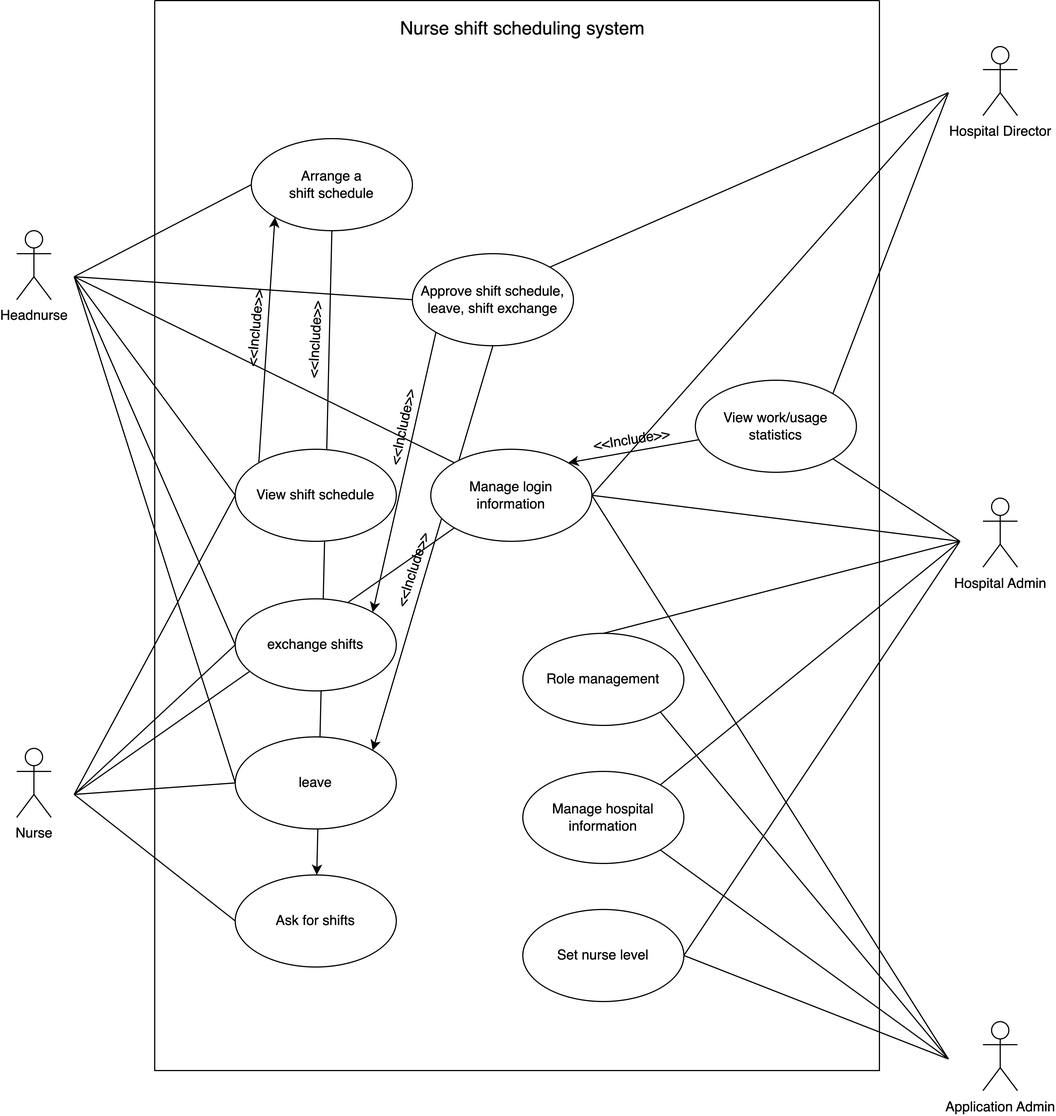
This is UseCase.png from Sirawittop/Final-Project-Doc, a draw.io export, as it was before one commit. Source tidied: cells renumbered, new cells last; positions are measured from the earlier drawing's top-left corner, leaving out a move shared by most shapes.
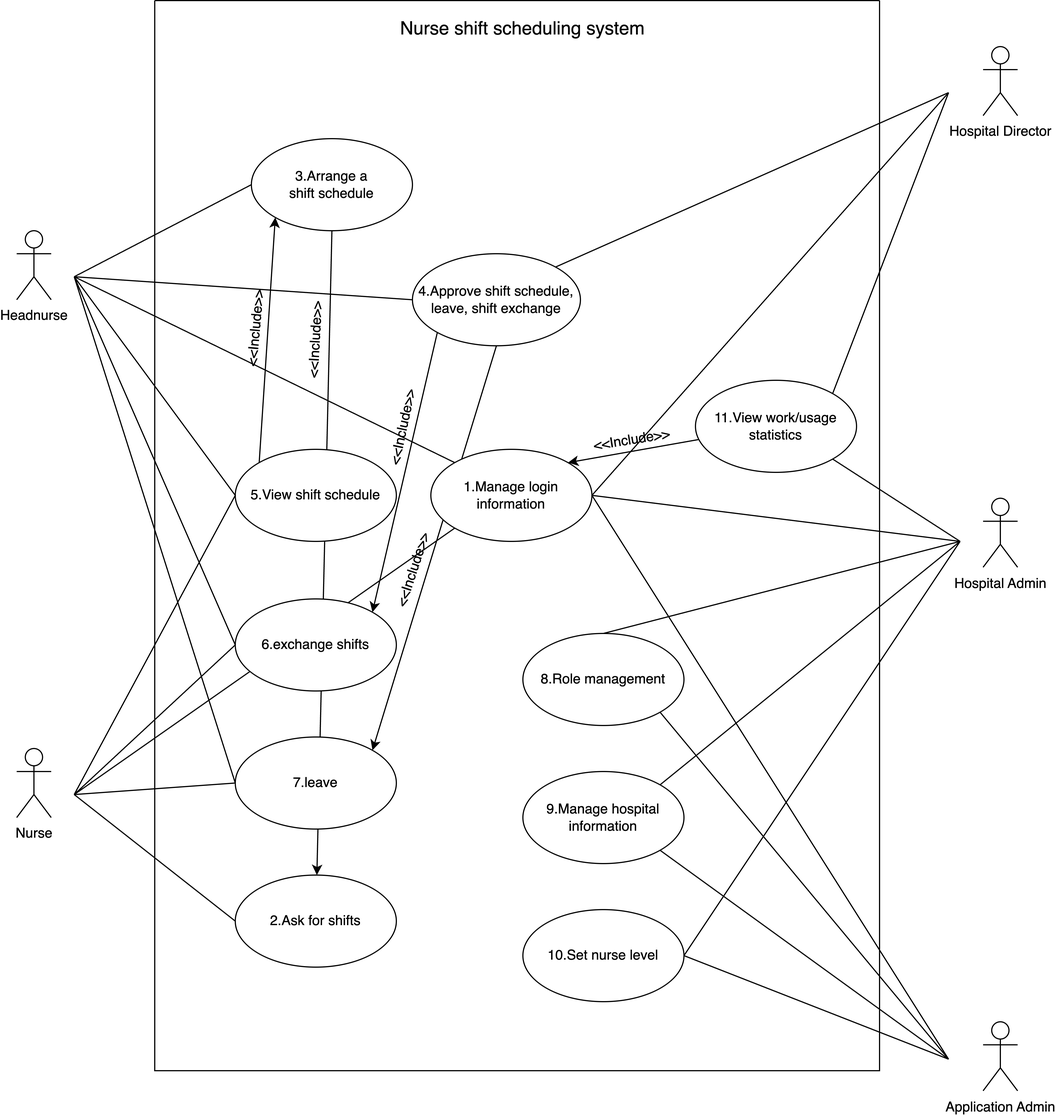
Later version of the same file.

The edit, as a diff of the source:
```diff
@@ -39,37 +39,37 @@
     <mxCell id="12" style="rounded=0;jettySize=auto;html=1;exitX=1;exitY=0;exitDx=0;exitDy=0;endArrow=none;endFill=0;startArrow=classic;startFill=1;" parent="1" edge="1" source="13" target="15">
       <mxGeometry relative="1" as="geometry" />
     </mxCell>
-    <mxCell id="13" value="Manage login &lt;br&gt;information" style="ellipse;whiteSpace=wrap;html=1;" parent="1" vertex="1">
+    <mxCell id="13" value="1.Manage login &lt;br&gt;information" style="ellipse;whiteSpace=wrap;html=1;" parent="1" vertex="1">
       <mxGeometry x="360" y="390" width="140" height="80" as="geometry" />
     </mxCell>
-    <mxCell id="14" value="Manage hospital information" style="ellipse;whiteSpace=wrap;html=1;" parent="1" vertex="1">
+    <mxCell id="14" value="9.Manage hospital information" style="ellipse;whiteSpace=wrap;html=1;" parent="1" vertex="1">
       <mxGeometry x="440" y="670" width="140" height="80" as="geometry" />
     </mxCell>
-    <mxCell id="15" value="View work/usage statistics" style="ellipse;whiteSpace=wrap;html=1;" parent="1" vertex="1">
+    <mxCell id="15" value="11.View work/usage statistics" style="ellipse;whiteSpace=wrap;html=1;" parent="1" vertex="1">
       <mxGeometry x="590" y="330" width="140" height="80" as="geometry" />
     </mxCell>
-    <mxCell id="16" value="Role management" style="ellipse;whiteSpace=wrap;html=1;" parent="1" vertex="1">
+    <mxCell id="16" value="8.Role management" style="ellipse;whiteSpace=wrap;html=1;" parent="1" vertex="1">
       <mxGeometry x="440" y="550" width="140" height="80" as="geometry" />
     </mxCell>
-    <mxCell id="17" value="Set nurse level" style="ellipse;whiteSpace=wrap;html=1;" parent="1" vertex="1">
+    <mxCell id="17" value="10.Set nurse level" style="ellipse;whiteSpace=wrap;html=1;" parent="1" vertex="1">
       <mxGeometry x="440" y="790" width="140" height="80" as="geometry" />
     </mxCell>
-    <mxCell id="18" value="Approve shift schedule, leave, shift exchange" style="ellipse;whiteSpace=wrap;html=1;" parent="1" vertex="1">
-      <mxGeometry x="344" y="220" width="140" height="80" as="geometry" />
+    <mxCell id="18" value="4.Approve shift schedule, leave, shift exchange" style="ellipse;whiteSpace=wrap;html=1;" parent="1" vertex="1">
+      <mxGeometry x="344" y="220" width="146" height="80" as="geometry" />
     </mxCell>
     <mxCell id="19" style="rounded=0;jettySize=auto;html=1;exitX=0;exitY=1;exitDx=0;exitDy=0;entryX=0;entryY=0;entryDx=0;entryDy=0;endArrow=none;endFill=0;startArrow=classic;startFill=1;" parent="1" edge="1" source="20" target="21">
       <mxGeometry relative="1" as="geometry" />
     </mxCell>
-    <mxCell id="20" value="Arrange a &lt;br&gt;shift schedule" style="ellipse;whiteSpace=wrap;html=1;" parent="1" vertex="1">
+    <mxCell id="20" value="3.Arrange a &lt;br&gt;shift schedule" style="ellipse;whiteSpace=wrap;html=1;" parent="1" vertex="1">
       <mxGeometry x="204" y="120" width="140" height="80" as="geometry" />
     </mxCell>
-    <mxCell id="21" value="View&amp;nbsp;shift schedule" style="ellipse;whiteSpace=wrap;html=1;" parent="1" vertex="1">
+    <mxCell id="21" value="5.View&amp;nbsp;shift schedule" style="ellipse;whiteSpace=wrap;html=1;" parent="1" vertex="1">
       <mxGeometry x="190" y="390" width="140" height="80" as="geometry" />
     </mxCell>
-    <mxCell id="22" value="leave" style="ellipse;whiteSpace=wrap;html=1;" parent="1" vertex="1">
+    <mxCell id="22" value="7.leave" style="ellipse;whiteSpace=wrap;html=1;" parent="1" vertex="1">
       <mxGeometry x="190" y="640" width="140" height="80" as="geometry" />
     </mxCell>
-    <mxCell id="23" value="Ask for shifts" style="ellipse;whiteSpace=wrap;html=1;" parent="1" vertex="1">
+    <mxCell id="23" value="2.Ask for shifts" style="ellipse;whiteSpace=wrap;html=1;" parent="1" vertex="1">
       <mxGeometry x="190" y="760" width="140" height="80" as="geometry" />
     </mxCell>
     <mxCell id="24" style="endArrow=none;html=1;rounded=0;entryX=0;entryY=0.5;entryDx=0;entryDy=0;" parent="1" edge="1" target="21">
@@ -127,7 +127,7 @@
         <mxPoint x="50" y="690" as="sourcePoint" />
       </mxGeometry>
     </mxCell>
-    <mxCell id="35" value="exchange shifts" style="ellipse;whiteSpace=wrap;html=1;" parent="1" vertex="1">
+    <mxCell id="35" value="6.exchange shifts" style="ellipse;whiteSpace=wrap;html=1;" parent="1" vertex="1">
       <mxGeometry x="190" y="520" width="140" height="80" as="geometry" />
     </mxCell>
     <mxCell id="36" style="endArrow=none;html=1;rounded=0;exitX=1;exitY=0;exitDx=0;exitDy=0;" parent="1" edge="1" source="18">
```
